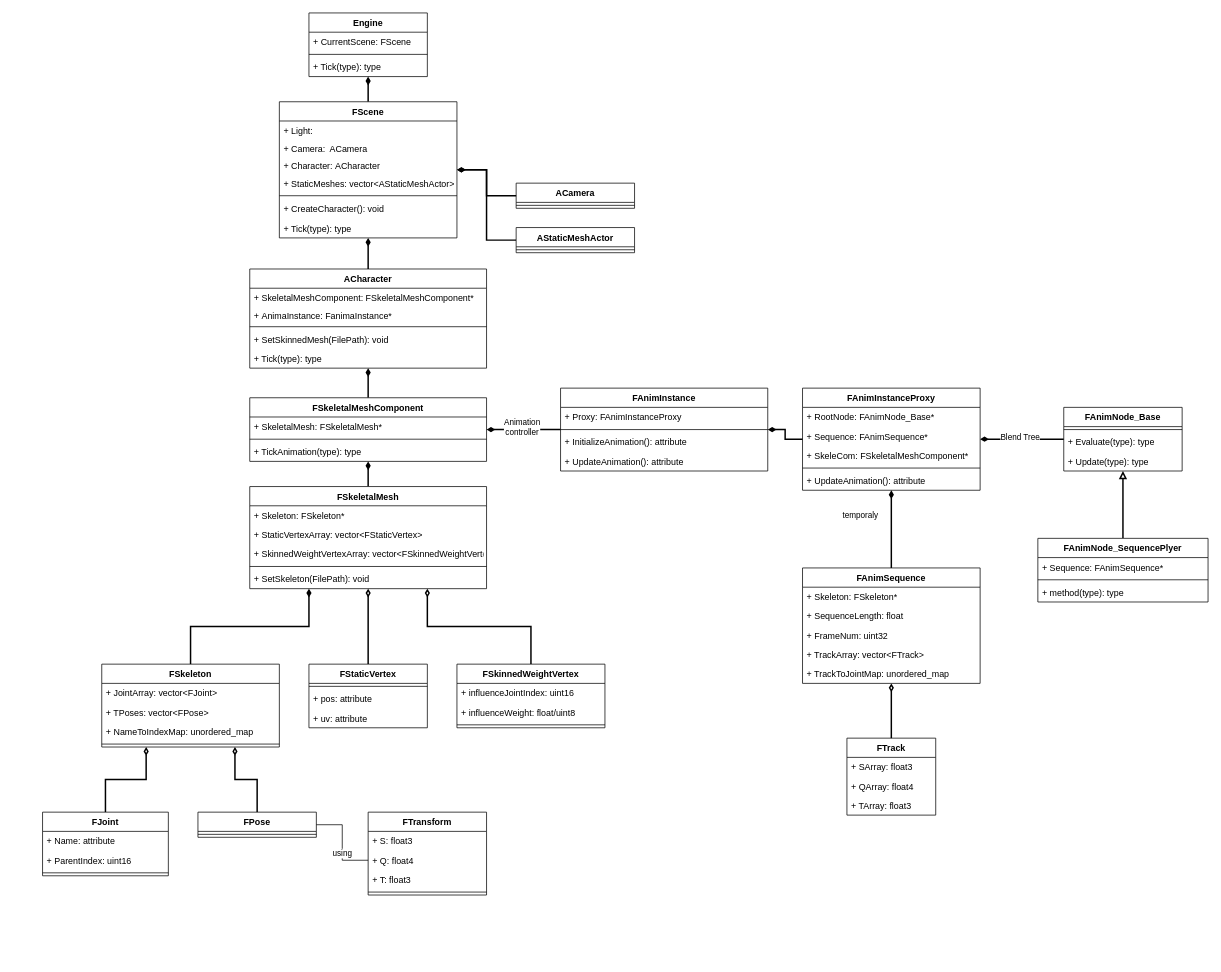
Above: UML_SkeletonMesh.drawio in Mag357num/D3D12DrawMesh (draw.io), before the change. Source tidied: cells renumbered, new cells numbered last; positions are measured from the earlier drawing's top-left corner, leaving out a move shared by most shapes. Both pictures are drawn from the tidied source at 74%, with x=0, y=0 at pixel (42, 13).
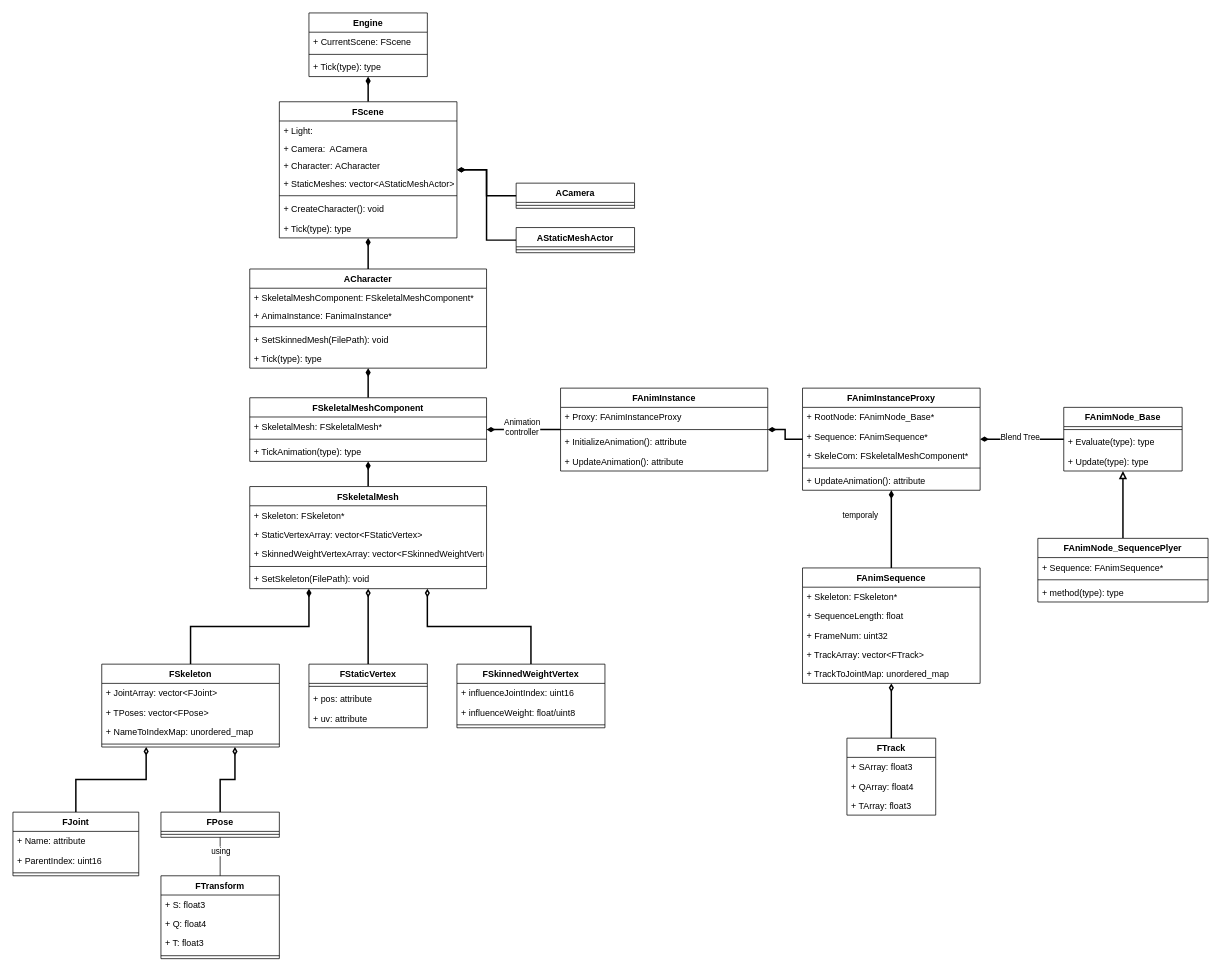
The same page after the edit.

The change refers to these unchanged cells:
```xml
<mxCell id="50" value="+ Q: float4" style="text;strokeColor=none;fillColor=none;align=left;verticalAlign=top;spacingLeft=4;spacingRight=4;overflow=hidden;points=[[0,0.5],[1,0.5]];portConstraint=eastwest;" parent="48" vertex="1">
  <mxGeometry y="52" width="160" height="26" as="geometry" />
</mxCell>
```

The edit, as a diff of the source:
```diff
@@
     <mxCell id="48" value="FTransform" style="swimlane;fontStyle=1;align=center;verticalAlign=top;horizontal=1;startSize=26;" parent="1" vertex="1">
-      <mxGeometry x="440" y="1080" width="160" height="112" as="geometry" />
+      <mxGeometry x="160" y="1166" width="160" height="112" as="geometry" />
     </mxCell>
@@
     <mxCell id="63" value="FJoint" style="swimlane;fontStyle=1;align=center;verticalAlign=top;horizontal=1;startSize=26;" parent="1" vertex="1">
-      <mxGeometry y="1080" width="170" height="86" as="geometry" />
+      <mxGeometry x="-40" y="1080" width="170" height="86" as="geometry" />
     </mxCell>
@@
     <mxCell id="67" value="FPose" style="swimlane;fontStyle=1;align=center;verticalAlign=top;horizontal=1;startSize=26;" parent="1" vertex="1">
-      <mxGeometry x="210" y="1080" width="160" height="34" as="geometry" />
+      <mxGeometry x="160" y="1080" width="160" height="34" as="geometry" />
     </mxCell>
@@
-    <mxCell id="69" style="edgeStyle=orthogonalEdgeStyle;rounded=0;jettySize=auto;html=1;exitX=1;exitY=0.5;exitDx=0;exitDy=0;endArrow=none;endFill=0;" parent="1" edge="1" source="67" target="50">
+    <mxCell id="69" style="edgeStyle=orthogonalEdgeStyle;rounded=0;jettySize=auto;html=1;endArrow=none;endFill=0;" parent="1" edge="1" source="67" target="48">
       <mxGeometry relative="1" as="geometry" />
     </mxCell>
     <mxCell id="70" value="using" style="edgeLabel;html=1;align=center;verticalAlign=middle;" parent="69" vertex="1">
-      <mxGeometry x="0.23" y="-1" relative="1" as="geometry" />
+      <mxGeometry x="0.23" y="-1" relative="1" as="geometry">
+        <mxPoint x="1" y="-14" as="offset" />
+      </mxGeometry>
     </mxCell>
```
